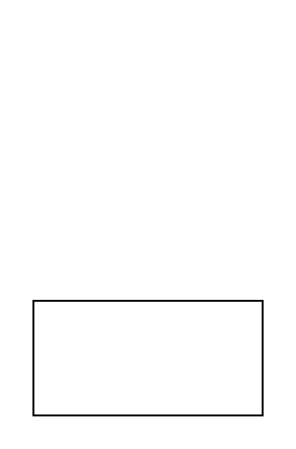
malaxy/test keeps this draw.io diagram as test.drawio. Above is the earlier version. Source tidied: cells renumbered, new cells numbered last; positions are measured from the earlier drawing's top-left corner, leaving out a move shared by most shapes. Both pictures are drawn from the tidied source at 191%, with x=0, y=0 at pixel (32, 300).
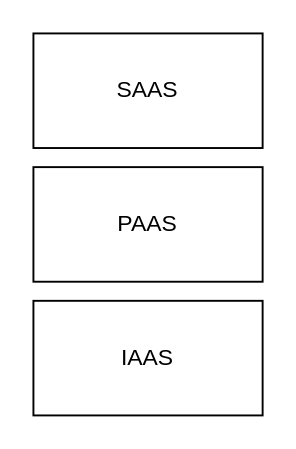
Above is the later version.

Diff of the diagram source:
```diff
@@
 <mxGraphModel>
   <root>
     <mxCell id="0" />
     <mxCell id="1" parent="0" />
-    <mxCell id="2" style="rounded=0;whiteSpace=wrap;html=1;" parent="1" vertex="1">
+    <mxCell id="2" value="IAAS" style="rounded=0;whiteSpace=wrap;html=1;" parent="1" vertex="1">
       <mxGeometry width="120" height="60" as="geometry" />
     </mxCell>
+    <mxCell id="3" value="PAAS" style="rounded=0;whiteSpace=wrap;html=1;" parent="1" vertex="1">
+      <mxGeometry y="-70" width="120" height="60" as="geometry" />
+    </mxCell>
+    <mxCell id="4" value="SAAS" style="rounded=0;whiteSpace=wrap;html=1;" parent="1" vertex="1">
+      <mxGeometry y="-140" width="120" height="60" as="geometry" />
+    </mxCell>
   </root>
 </mxGraphModel>
```
